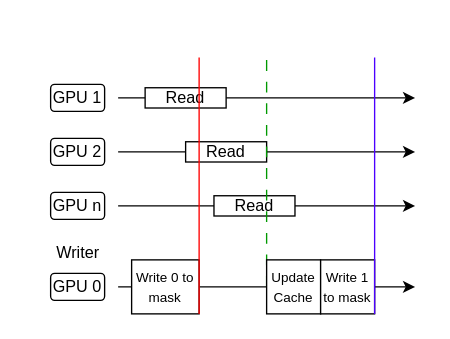
Before: page "Multi-GPU" (9 of 10) of diagrams/group_meeting_gnn.drawio in henryliu5/thesis-paper, a draw.io diagram. Source tidied: cells renumbered, new cells numbered last; positions are measured from the earlier drawing's top-left corner, leaving out a move shared by most shapes. Both pictures are drawn from the tidied source at 135%, with x=0, y=0 at pixel (36, 57).
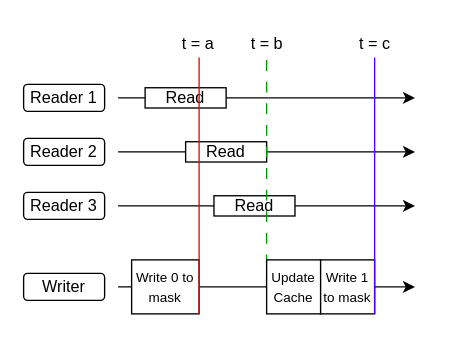
The same page after the edit.

What changed in the source:
```diff
@@
-    <mxCell id="6" value="GPU 1" style="rounded=1;whiteSpace=wrap;html=1;" parent="1" vertex="1">
-      <mxGeometry x="10" y="20" width="40" height="20" as="geometry" />
+    <mxCell id="6" value="Reader 1" style="rounded=1;whiteSpace=wrap;html=1;" parent="1" vertex="1">
+      <mxGeometry x="-10" y="20" width="60" height="20" as="geometry" />
     </mxCell>
-    <mxCell id="7" value="GPU 2" style="rounded=1;whiteSpace=wrap;html=1;" parent="1" vertex="1">
-      <mxGeometry x="10" y="60" width="40" height="20" as="geometry" />
+    <mxCell id="7" value="Reader 2" style="rounded=1;whiteSpace=wrap;html=1;" parent="1" vertex="1">
+      <mxGeometry x="-10" y="60" width="60" height="20" as="geometry" />
     </mxCell>
-    <mxCell id="8" value="GPU n" style="rounded=1;whiteSpace=wrap;html=1;" parent="1" vertex="1">
-      <mxGeometry x="10" y="100" width="40" height="20" as="geometry" />
+    <mxCell id="8" value="Reader 3" style="rounded=1;whiteSpace=wrap;html=1;" parent="1" vertex="1">
+      <mxGeometry x="-10" y="100" width="60" height="20" as="geometry" />
     </mxCell>
-    <mxCell id="9" value="GPU 0" style="rounded=1;whiteSpace=wrap;html=1;" parent="1" vertex="1">
-      <mxGeometry x="10" y="160" width="40" height="20" as="geometry" />
+    <mxCell id="9" value="Writer" style="rounded=1;whiteSpace=wrap;html=1;" parent="1" vertex="1">
+      <mxGeometry x="-10" y="160" width="60" height="20" as="geometry" />
     </mxCell>
@@
-    <mxCell id="17" value="Writer" style="text;html=1;align=center;verticalAlign=middle;strokeColor=none;fillColor=none;" parent="1" vertex="1">
-      <mxGeometry y="130" width="60" height="30" as="geometry" />
-    </mxCell>
@@
+    <mxCell id="20" value="t = a" style="text;html=1;align=center;verticalAlign=middle;strokeColor=none;fillColor=none;" parent="1" vertex="1">
+      <mxGeometry x="94" y="-25" width="50" height="30" as="geometry" />
+    </mxCell>
+    <mxCell id="21" value="t = b" style="text;html=1;align=center;verticalAlign=middle;strokeColor=none;fillColor=none;" parent="1" vertex="1">
+      <mxGeometry x="145" y="-25" width="50" height="30" as="geometry" />
+    </mxCell>
+    <mxCell id="22" value="t = c" style="text;html=1;align=center;verticalAlign=middle;strokeColor=none;fillColor=none;" parent="1" vertex="1">
+      <mxGeometry x="225" y="-25" width="50" height="30" as="geometry" />
+    </mxCell>
```
